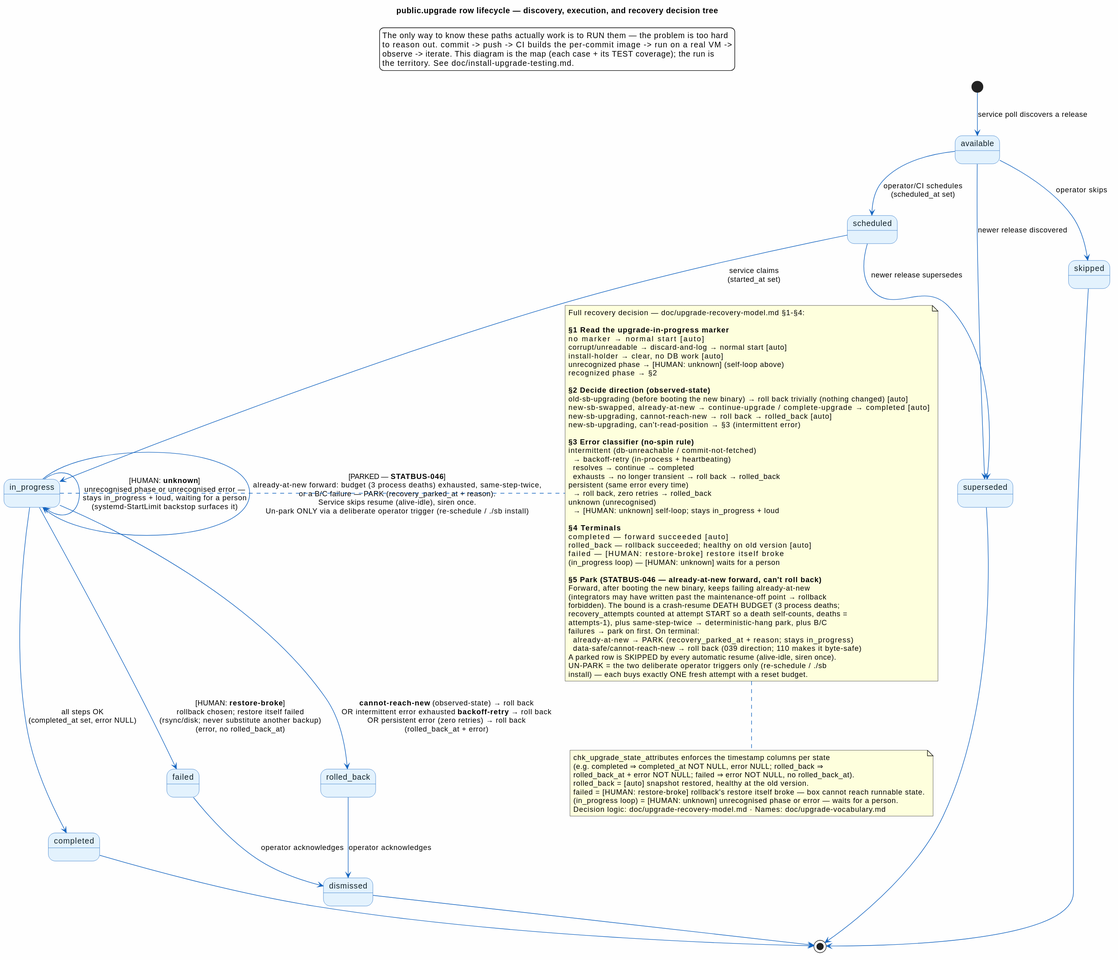
Above: doc/diagrams/upgrade-lifecycle.svg in statisticsnorway/statbus (PlantUML), before the change.
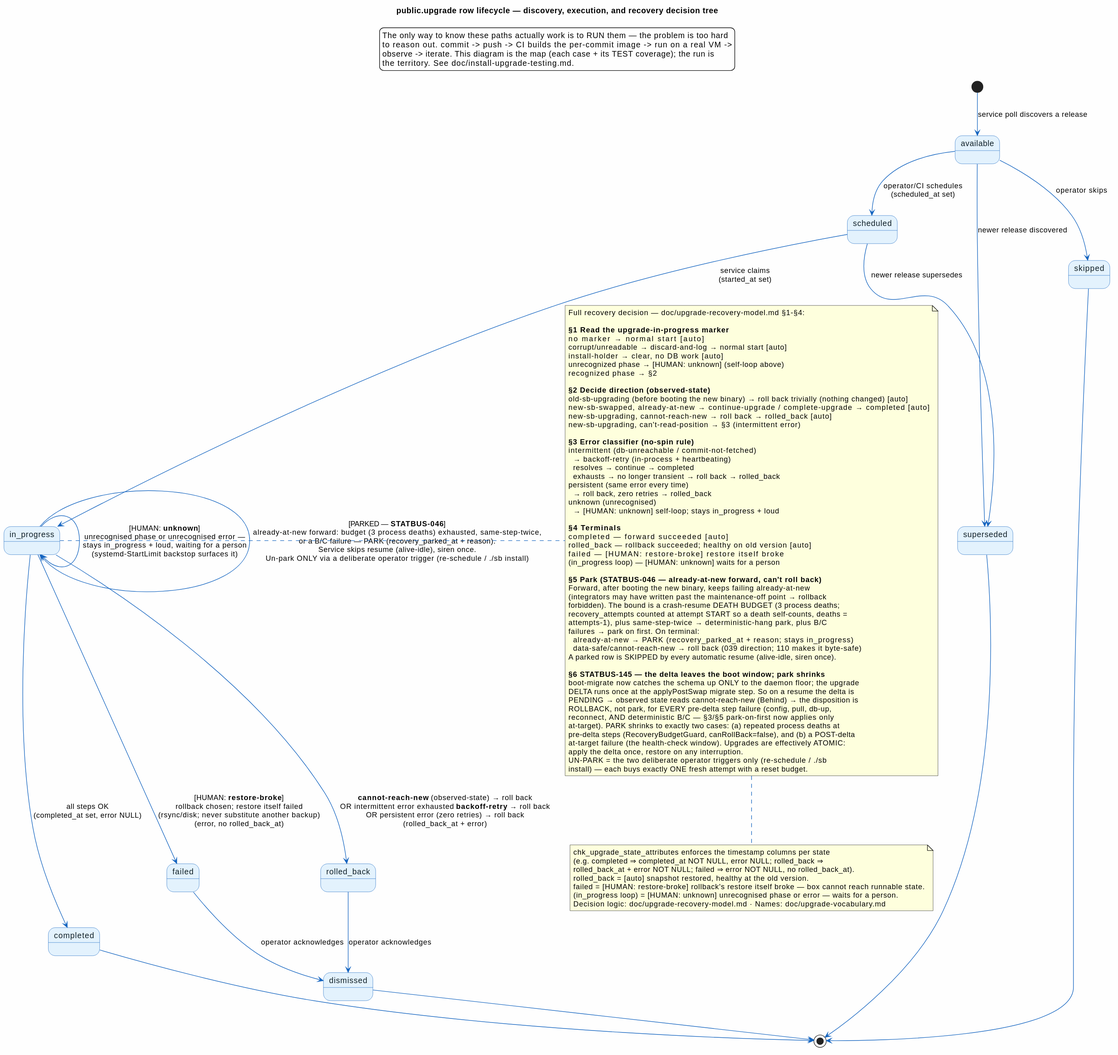
The same file after the commit.

What changed in the source:
```diff
@@ -77,6 +77,17 @@
     already-at-new        → PARK  (recovery_parked_at + reason; stays in_progress)
     data-safe/cannot-reach-new → roll back (039 direction; 110 makes it byte-safe)
   A parked row is SKIPPED by every automatic resume (alive-idle, siren once).
+
+  **§6  STATBUS-145 — the delta leaves the boot window; park shrinks**
+  boot-migrate now catches the schema up ONLY to the daemon floor; the upgrade
+  DELTA runs once at the applyPostSwap migrate step. So on a resume the delta is
+  PENDING → observed state reads cannot-reach-new (Behind) → the disposition is
+  ROLLBACK, not park, for EVERY pre-delta step failure (config, pull, db-up,
+  reconnect, AND deterministic B/C — §3/§5 park-on-first now applies only
+  at-target). PARK shrinks to exactly two cases: (a) repeated process deaths at
+  pre-delta steps (RecoveryBudgetGuard, canRollBack=false), and (b) a POST-delta
+  at-target failure (the health-check window). Upgrades are effectively ATOMIC:
+  apply the delta once, restore on any interruption.
   UN-PARK = the two deliberate operator triggers only (re-schedule / ./sb
   install) — each buys exactly ONE fresh attempt with a reset budget.
 end note
```
